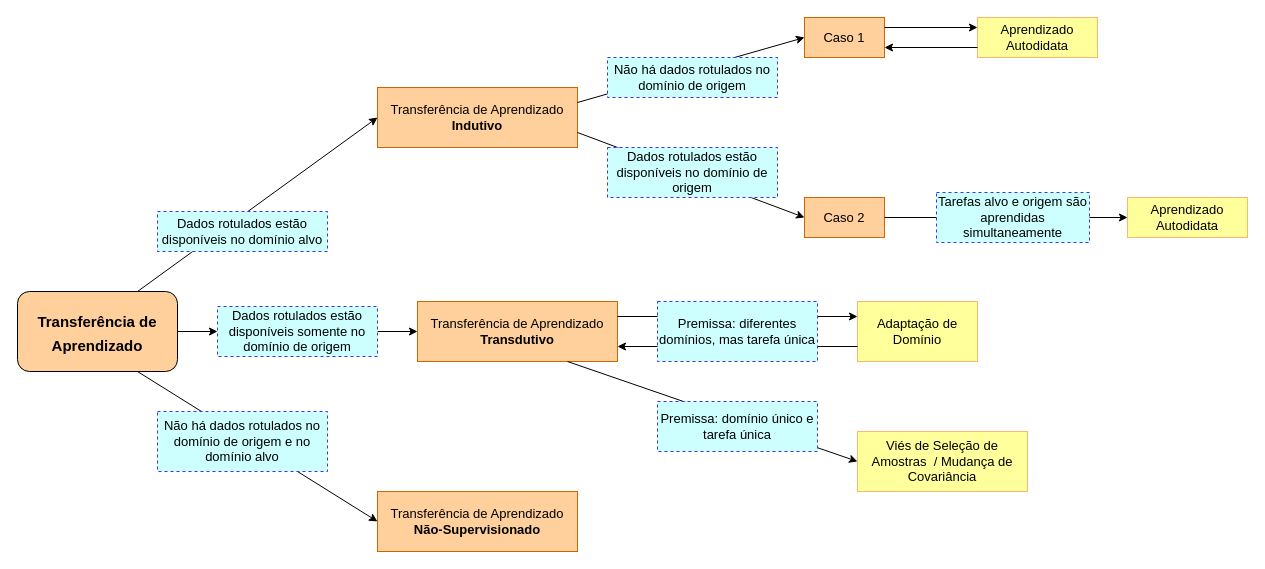
Above: page "Figura 8" (3 of 3) of PROJETO FINAL/DOCUMENTOS/AUXILIAR/Untitled Diagram.drawio in guilourenzo/mba-usp (draw.io), before the change. Source tidied: cells renumbered, new cells numbered last; positions are measured from the earlier drawing's top-left corner, leaving out a move shared by most shapes. Both pictures are drawn from the tidied source at 100%, with x=0, y=0 at pixel (17, 17).
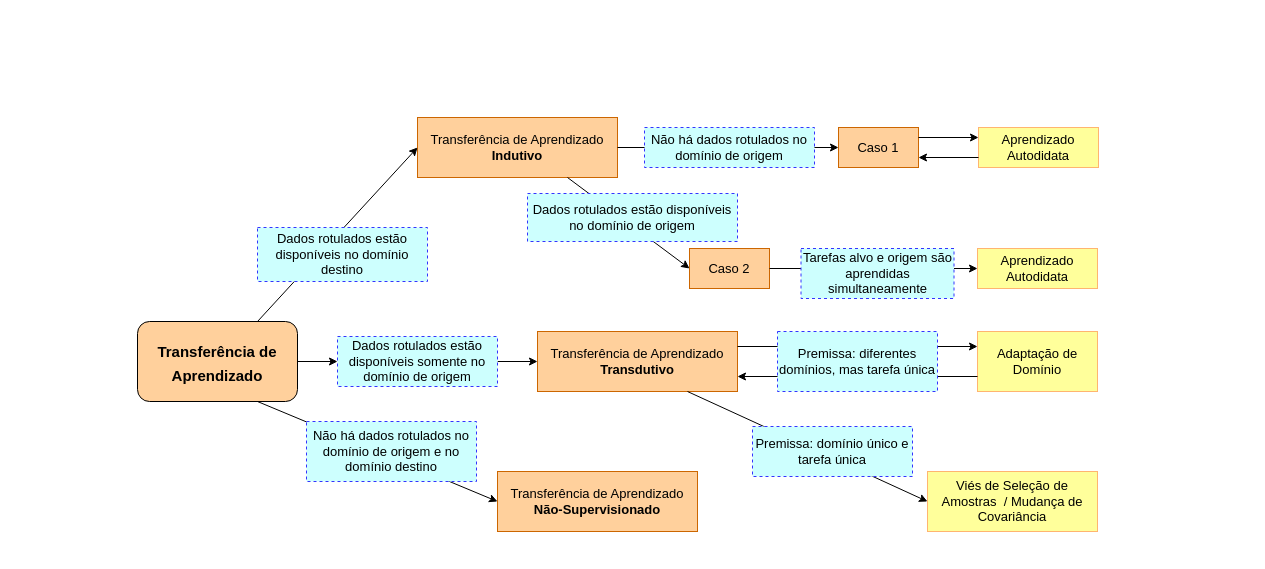
The same diagram, later.

Change to the diagram source:
```diff
@@
     <mxCell id="2" value="&lt;font style=&quot;font-size: 15px&quot;&gt;&lt;b&gt;Transferência de Aprendizado&lt;/b&gt;&lt;/font&gt;" style="rounded=1;whiteSpace=wrap;html=1;fontSize=20;fillColor=#ffd09c;" parent="1" vertex="1">
-      <mxGeometry y="274" width="160" height="80" as="geometry" />
+      <mxGeometry x="120" y="304" width="160" height="80" as="geometry" />
     </mxCell>
     <mxCell id="3" value="Transferência de Aprendizado &lt;b&gt;Não-Supervisionado&lt;/b&gt;" style="rounded=0;whiteSpace=wrap;html=1;fontSize=13;fillColor=#ffd09c;strokeColor=#CC6600;" parent="1" vertex="1">
-      <mxGeometry x="360" y="474" width="200" height="60" as="geometry" />
+      <mxGeometry x="480" y="454" width="200" height="60" as="geometry" />
     </mxCell>
     <mxCell id="4" value="Transferência de Aprendizado &lt;b&gt;Transdutivo&lt;/b&gt;" style="rounded=0;whiteSpace=wrap;html=1;fontSize=13;fillColor=#ffd09c;strokeColor=#CC6600;" parent="1" vertex="1">
-      <mxGeometry x="400" y="284" width="200" height="60" as="geometry" />
+      <mxGeometry x="520" y="314" width="200" height="60" as="geometry" />
     </mxCell>
     <mxCell id="5" value="Transferência de Aprendizado &lt;b&gt;Indutivo&lt;/b&gt;" style="rounded=0;whiteSpace=wrap;html=1;fontSize=13;fillColor=#ffd09c;strokeColor=#CC6600;" parent="1" vertex="1">
-      <mxGeometry x="360" y="70" width="200" height="60" as="geometry" />
+      <mxGeometry x="400" y="100" width="200" height="60" as="geometry" />
     </mxCell>
@@
-    <mxCell id="7" value="&lt;font style=&quot;font-size: 13px&quot;&gt;Não há dados rotulados no domínio de origem e no domínio alvo&lt;/font&gt;" style="rounded=0;whiteSpace=wrap;html=1;fontSize=13;fillColor=#cdfffe;dashed=1;strokeColor=#3333FF;" parent="1" vertex="1">
-      <mxGeometry x="140" y="394" width="170" height="60" as="geometry" />
+    <mxCell id="7" value="&lt;font style=&quot;font-size: 13px&quot;&gt;Não há dados rotulados no domínio de origem e no domínio destino&lt;/font&gt;" style="rounded=0;whiteSpace=wrap;html=1;fontSize=13;fillColor=#cdfffe;dashed=1;strokeColor=#3333FF;" parent="1" vertex="1">
+      <mxGeometry x="289" y="404" width="170" height="60" as="geometry" />
     </mxCell>
@@
-    <mxCell id="10" value="&lt;font style=&quot;font-size: 13px;&quot;&gt;Dados rotulados estão disponíveis no domínio alvo&lt;/font&gt;" style="rounded=0;whiteSpace=wrap;html=1;fontSize=13;fillColor=#cdfffe;dashed=1;strokeColor=#3333FF;" parent="1" vertex="1">
-      <mxGeometry x="140" y="194" width="170" height="40" as="geometry" />
+    <mxCell id="10" value="&lt;font style=&quot;font-size: 13px&quot;&gt;Dados rotulados estão disponíveis no domínio destino&lt;/font&gt;" style="rounded=0;whiteSpace=wrap;html=1;fontSize=13;fillColor=#cdfffe;dashed=1;strokeColor=#3333FF;" parent="1" vertex="1">
+      <mxGeometry x="240" y="210" width="170" height="54" as="geometry" />
     </mxCell>
     <mxCell id="11" value="&lt;font style=&quot;font-size: 13px&quot;&gt;Dados rotulados estão disponíveis somente no domínio de origem&lt;/font&gt;" style="rounded=0;whiteSpace=wrap;html=1;fontSize=13;fillColor=#cdfffe;dashed=1;strokeColor=#3333FF;" parent="1" vertex="1">
-      <mxGeometry x="200" y="289" width="160" height="50" as="geometry" />
+      <mxGeometry x="320" y="319" width="160" height="50" as="geometry" />
     </mxCell>
@@
     <mxCell id="13" value="Caso 1" style="rounded=0;whiteSpace=wrap;html=1;fontSize=13;fillColor=#ffd09c;strokeColor=#CC6600;" parent="1" vertex="1">
-      <mxGeometry x="787" width="80" height="40" as="geometry" />
+      <mxGeometry x="821" y="110" width="80" height="40" as="geometry" />
     </mxCell>
     <mxCell id="14" value="Aprendizado Autodidata" style="rounded=0;whiteSpace=wrap;html=1;fontSize=13;fillColor=#ffff9b;strokeColor=#FFB570;" parent="1" vertex="1">
-      <mxGeometry x="960" width="120" height="40" as="geometry" />
+      <mxGeometry x="961" y="110" width="120" height="40" as="geometry" />
     </mxCell>
-    <mxCell id="15" style="endArrow=classic;html=1;fontSize=13;exitX=1;exitY=0.25;exitDx=0;exitDy=0;entryX=0;entryY=0.5;entryDx=0;entryDy=0;" parent="1" edge="1" source="5" target="13">
+    <mxCell id="15" style="endArrow=classic;html=1;fontSize=13;exitX=1;exitY=0.5;exitDx=0;exitDy=0;entryX=0;entryY=0.5;entryDx=0;entryDy=0;" parent="1" edge="1" source="5" target="13">
       <mxGeometry relative="1" as="geometry" />
     </mxCell>
     <mxCell id="16" value="&lt;font style=&quot;font-size: 13px&quot;&gt;Não há dados rotulados no domínio de origem&lt;/font&gt;" style="rounded=0;whiteSpace=wrap;html=1;fontSize=13;fillColor=#cdfffe;dashed=1;strokeColor=#3333FF;" parent="1" vertex="1">
-      <mxGeometry x="590" y="40" width="170" height="40" as="geometry" />
+      <mxGeometry x="627" y="110" width="170" height="40" as="geometry" />
     </mxCell>
@@
-    <mxCell id="18" style="endArrow=classic;html=1;fontSize=13;exitX=0;exitY=0.75;exitDx=0;exitDy=0;entryX=1;entryY=0.75;entryDx=0;entryDy=0;" parent="1" edge="1" source="14" target="13">
+    <mxCell id="18" style="endArrow=classic;html=1;fontSize=13;entryX=1;entryY=0.75;entryDx=0;entryDy=0;exitX=0;exitY=0.75;exitDx=0;exitDy=0;" parent="1" edge="1" source="14" target="13">
       <mxGeometry relative="1" as="geometry" />
     </mxCell>
     <mxCell id="19" value="Caso 2" style="rounded=0;whiteSpace=wrap;html=1;fontSize=13;fillColor=#ffd09c;strokeColor=#CC6600;" parent="1" vertex="1">
-      <mxGeometry x="787" y="180" width="80" height="40" as="geometry" />
+      <mxGeometry x="672" y="231" width="80" height="40" as="geometry" />
     </mxCell>
     <mxCell id="20" value="Aprendizado Autodidata" style="rounded=0;whiteSpace=wrap;html=1;fontSize=13;fillColor=#ffff9b;strokeColor=#FFB570;" parent="1" vertex="1">
-      <mxGeometry x="1110" y="180" width="120" height="40" as="geometry" />
+      <mxGeometry x="960" y="231" width="120" height="40" as="geometry" />
     </mxCell>
@@
     <mxCell id="22" value="&lt;font style=&quot;font-size: 13px&quot;&gt;Tarefas alvo e origem são aprendidas simultaneamente&lt;/font&gt;" style="rounded=0;whiteSpace=wrap;html=1;fontSize=13;fillColor=#cdfffe;dashed=1;strokeColor=#3333FF;" parent="1" vertex="1">
-      <mxGeometry x="919" y="175" width="153" height="50" as="geometry" />
+      <mxGeometry x="783.5" y="231" width="153" height="50" as="geometry" />
     </mxCell>
-    <mxCell id="23" style="endArrow=classic;html=1;fontSize=13;exitX=1;exitY=0.75;exitDx=0;exitDy=0;entryX=0;entryY=0.5;entryDx=0;entryDy=0;" parent="1" edge="1" source="5" target="19">
+    <mxCell id="23" style="endArrow=classic;html=1;fontSize=13;exitX=0.75;exitY=1;exitDx=0;exitDy=0;entryX=0;entryY=0.5;entryDx=0;entryDy=0;" parent="1" edge="1" source="5" target="19">
       <mxGeometry relative="1" as="geometry" />
     </mxCell>
     <mxCell id="24" value="&lt;font style=&quot;font-size: 13px&quot;&gt;Dados rotulados estão disponíveis no domínio de origem&lt;/font&gt;" style="rounded=0;whiteSpace=wrap;html=1;fontSize=13;fillColor=#cdfffe;dashed=1;strokeColor=#3333FF;" parent="1" vertex="1">
-      <mxGeometry x="590" y="130" width="170" height="50" as="geometry" />
+      <mxGeometry x="510" y="176" width="210" height="48" as="geometry" />
     </mxCell>
     <mxCell id="25" value="Adaptação de Domínio" style="rounded=0;whiteSpace=wrap;html=1;fontSize=13;fillColor=#ffff9b;strokeColor=#FFB570;" parent="1" vertex="1">
-      <mxGeometry x="840" y="284" width="120" height="60" as="geometry" />
+      <mxGeometry x="960" y="314" width="120" height="60" as="geometry" />
     </mxCell>
@@
     <mxCell id="28" value="Premissa: diferentes domínios, mas tarefa única" style="rounded=0;whiteSpace=wrap;html=1;fontSize=13;fillColor=#cdfffe;dashed=1;strokeColor=#3333FF;" parent="1" vertex="1">
-      <mxGeometry x="640" y="284" width="160" height="60" as="geometry" />
+      <mxGeometry x="760" y="314" width="160" height="60" as="geometry" />
     </mxCell>
     <mxCell id="29" value="Viés de Seleção de Amostras&amp;nbsp; / Mudança de Covariância" style="rounded=0;whiteSpace=wrap;html=1;fontSize=13;fillColor=#ffff9b;strokeColor=#FFB570;" parent="1" vertex="1">
-      <mxGeometry x="840" y="414" width="170" height="60" as="geometry" />
+      <mxGeometry x="910" y="454" width="170" height="60" as="geometry" />
     </mxCell>
@@
     <mxCell id="31" value="Premissa: domínio único e tarefa única" style="rounded=0;whiteSpace=wrap;html=1;fontSize=13;fillColor=#cdfffe;dashed=1;strokeColor=#3333FF;" parent="1" vertex="1">
-      <mxGeometry x="640" y="384" width="160" height="50" as="geometry" />
+      <mxGeometry x="735" y="409" width="160" height="50" as="geometry" />
     </mxCell>
```
